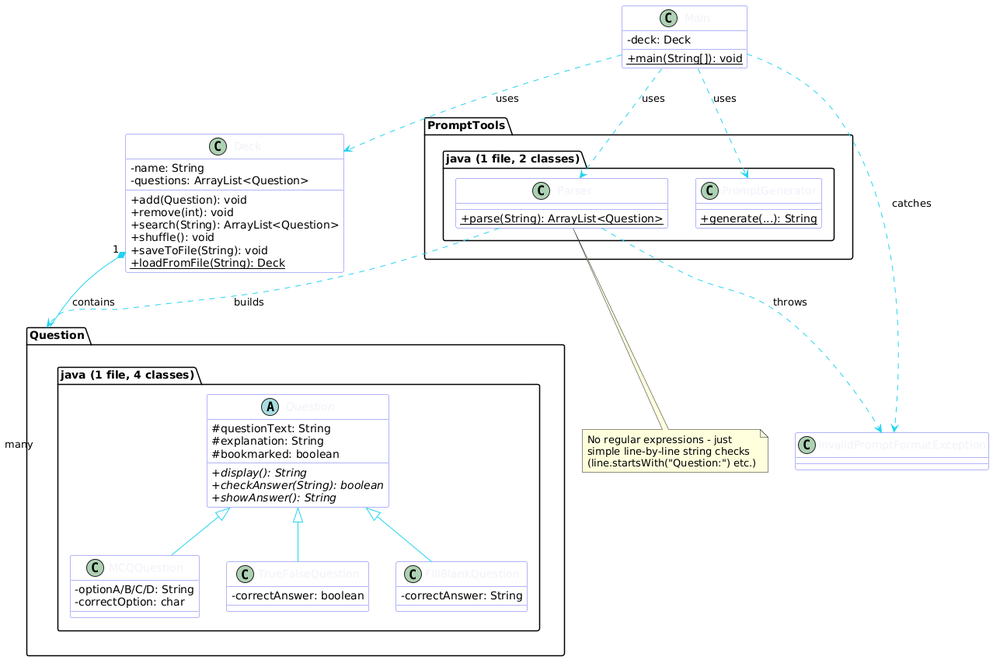
AshikReza/CSE110-project keeps this PlantUML diagram as UML.png. Above is the earlier version. The source it was exported from:
```plantuml
@startuml
skinparam classAttributeIconSize 0
skinparam backgroundColor #ffffff
skinparam classBackgroundColor #fffff
skinparam classBorderColor #6366F1
skinparam classFontColor #F0F0F8
skinparam arrowColor #22D3EE

package "Question.java (1 file, 4 classes)" {
  abstract class Question {
    # questionText: String
    # explanation: String
    # bookmarked: boolean
    +{abstract} display(): String
    +{abstract} checkAnswer(String): boolean
    +{abstract} showAnswer(): String
  }
  class MCQQuestion {
    - optionA/B/C/D: String
    - correctOption: char
  }
  class TrueFalseQuestion {
    - correctAnswer: boolean
  }
  class FillBlankQuestion {
    - correctAnswer: String
  }
  Question <|-- MCQQuestion
  Question <|-- TrueFalseQuestion
  Question <|-- FillBlankQuestion
}

class Deck {
  - name: String
  - questions: ArrayList<Question>
  +add(Question): void
  +remove(int): void
  +search(String): ArrayList<Question>
  +shuffle(): void
  +saveToFile(String): void
  +{static} loadFromFile(String): Deck
}

package "PromptTools.java (1 file, 2 classes)" {
  class PromptGenerator {
    +{static} generate(...): String
  }
  class Parser {
    +{static} parse(String): ArrayList<Question>
  }
}

class InvalidPromptFormatException {
}

class Main {
  -deck: Deck
  +{static} main(String[]): void
}

Deck "1" *-- "many" Question : contains
Main ..> Deck : uses
Main ..> PromptGenerator : uses
Main ..> Parser : uses
Parser ..> Question : builds
Parser ..> InvalidPromptFormatException : throws
Main ..> InvalidPromptFormatException : catches

note bottom of Parser
  No regular expressions - just
  simple line-by-line string checks
  (line.startsWith("Question:") etc.)
end note
@enduml
```
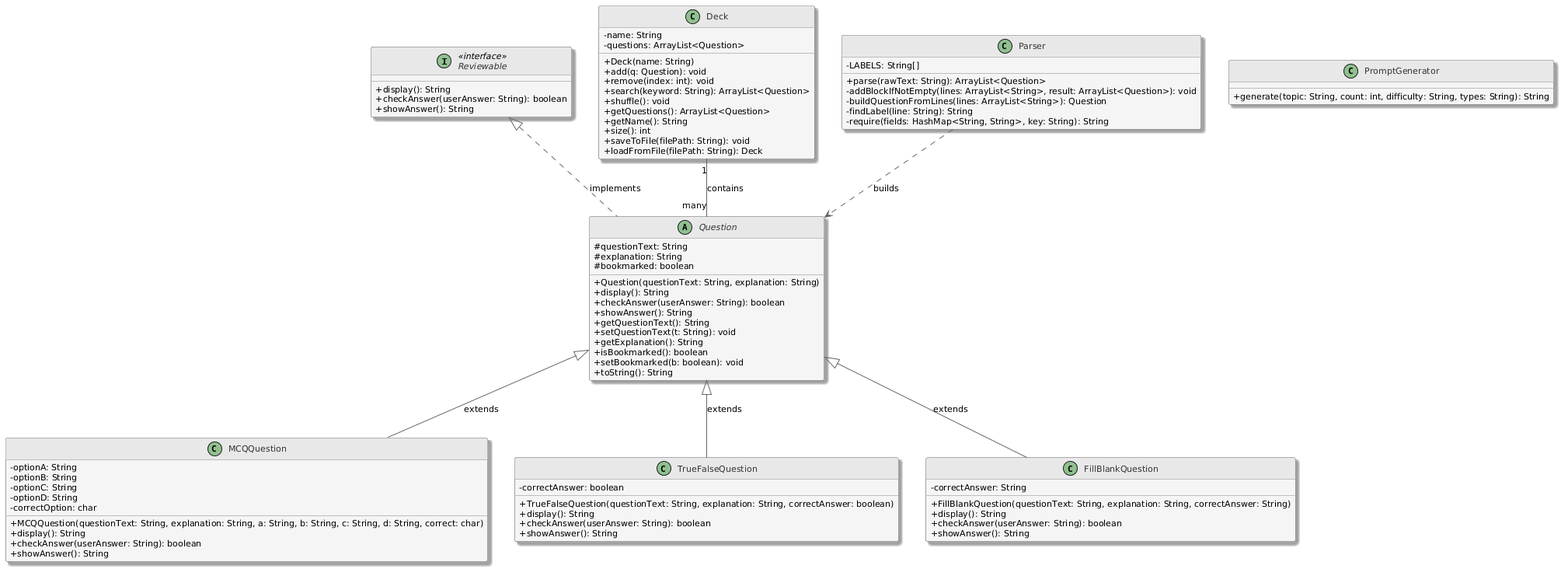
Above is the later version.

The edit, as a diff of the source:
```diff
@@ -1,74 +1,104 @@
 @startuml
 skinparam classAttributeIconSize 0
-skinparam backgroundColor #ffffff
-skinparam classBackgroundColor #fffff
-skinparam classBorderColor #6366F1
-skinparam classFontColor #F0F0F8
-skinparam arrowColor #22D3EE
+skinparam shadowing true
+skinparam defaultFontSize 11
+skinparam classBorderColor #888888
+skinparam classBackgroundColor #F5F5F5
+skinparam classHeaderBackgroundColor #E8E8E8
+skinparam classFontColor #333333
+skinparam arrowColor #666666
+skinparam stereotypeCBackgroundColor #90C090
+skinparam stereotypeABackgroundColor #90C090
+skinparam stereotypeIBackgroundColor #90C090
 
-package "Question.java (1 file, 4 classes)" {
-  abstract class Question {
-    # questionText: String
-    # explanation: String
-    # bookmarked: boolean
-    +{abstract} display(): String
-    +{abstract} checkAnswer(String): boolean
-    +{abstract} showAnswer(): String
-  }
-  class MCQQuestion {
-    - optionA/B/C/D: String
-    - correctOption: char
-  }
-  class TrueFalseQuestion {
-    - correctAnswer: boolean
-  }
-  class FillBlankQuestion {
-    - correctAnswer: String
-  }
-  Question <|-- MCQQuestion
-  Question <|-- TrueFalseQuestion
-  Question <|-- FillBlankQuestion
+interface Reviewable <<interface>> {
+  +display(): String
+  +checkAnswer(userAnswer: String): boolean
+  +showAnswer(): String
 }
 
 class Deck {
-  - name: String
-  - questions: ArrayList<Question>
-  +add(Question): void
-  +remove(int): void
-  +search(String): ArrayList<Question>
+  -name: String
+  -questions: ArrayList<Question>
+  +Deck(name: String)
+  +add(q: Question): void
+  +remove(index: int): void
+  +search(keyword: String): ArrayList<Question>
   +shuffle(): void
-  +saveToFile(String): void
-  +{static} loadFromFile(String): Deck
+  +getQuestions(): ArrayList<Question>
+  +getName(): String
+  +size(): int
+  +saveToFile(filePath: String): void
+  +loadFromFile(filePath: String): Deck
 }
 
-package "PromptTools.java (1 file, 2 classes)" {
-  class PromptGenerator {
-    +{static} generate(...): String
-  }
-  class Parser {
-    +{static} parse(String): ArrayList<Question>
-  }
+class Parser {
+  -LABELS: String[]
+  +parse(rawText: String): ArrayList<Question>
+  -addBlockIfNotEmpty(lines: ArrayList<String>, result: ArrayList<Question>): void
+  -buildQuestionFromLines(lines: ArrayList<String>): Question
+  -findLabel(line: String): String
+  -require(fields: HashMap<String, String>, key: String): String
 }
 
-class InvalidPromptFormatException {
+class PromptGenerator {
+  +generate(topic: String, count: int, difficulty: String, types: String): String
 }
 
-class Main {
-  -deck: Deck
-  +{static} main(String[]): void
+abstract class Question {
+  #questionText: String
+  #explanation: String
+  #bookmarked: boolean
+  +Question(questionText: String, explanation: String)
+  +display(): String
+  +checkAnswer(userAnswer: String): boolean
+  +showAnswer(): String
+  +getQuestionText(): String
+  +setQuestionText(t: String): void
+  +getExplanation(): String
+  +isBookmarked(): boolean
+  +setBookmarked(b: boolean): void
+  +toString(): String
 }
 
-Deck "1" *-- "many" Question : contains
-Main ..> Deck : uses
-Main ..> PromptGenerator : uses
-Main ..> Parser : uses
-Parser ..> Question : builds
-Parser ..> InvalidPromptFormatException : throws
-Main ..> InvalidPromptFormatException : catches
+class MCQQuestion {
+  -optionA: String
+  -optionB: String
+  -optionC: String
+  -optionD: String
+  -correctOption: char
+  +MCQQuestion(questionText: String, explanation: String, a: String, b: String, c: String, d: String, correct: char)
+  +display(): String
+  +checkAnswer(userAnswer: String): boolean
+  +showAnswer(): String
+}
 
-note bottom of Parser
-  No regular expressions - just
-  simple line-by-line string checks
-  (line.startsWith("Question:") etc.)
-end note
+class TrueFalseQuestion {
+  -correctAnswer: boolean
+  +TrueFalseQuestion(questionText: String, explanation: String, correctAnswer: boolean)
+  +display(): String
+  +checkAnswer(userAnswer: String): boolean
+  +showAnswer(): String
+}
+
+class FillBlankQuestion {
+  -correctAnswer: String
+  +FillBlankQuestion(questionText: String, explanation: String, correctAnswer: String)
+  +display(): String
+  +checkAnswer(userAnswer: String): boolean
+  +showAnswer(): String
+}
+
+Question .up.|> Reviewable : implements
+Deck "1" -down- "many" Question : contains
+Parser .down.> Question : builds
+MCQQuestion -up-|> Question : extends
+TrueFalseQuestion -up-|> Question : extends
+FillBlankQuestion -up-|> Question : extends
+
+Reviewable -[hidden]right- Deck
+Deck -[hidden]right- Parser
+Parser -[hidden]right- PromptGenerator
+MCQQuestion -[hidden]right- TrueFalseQuestion
+TrueFalseQuestion -[hidden]right- FillBlankQuestion
 @enduml
```
